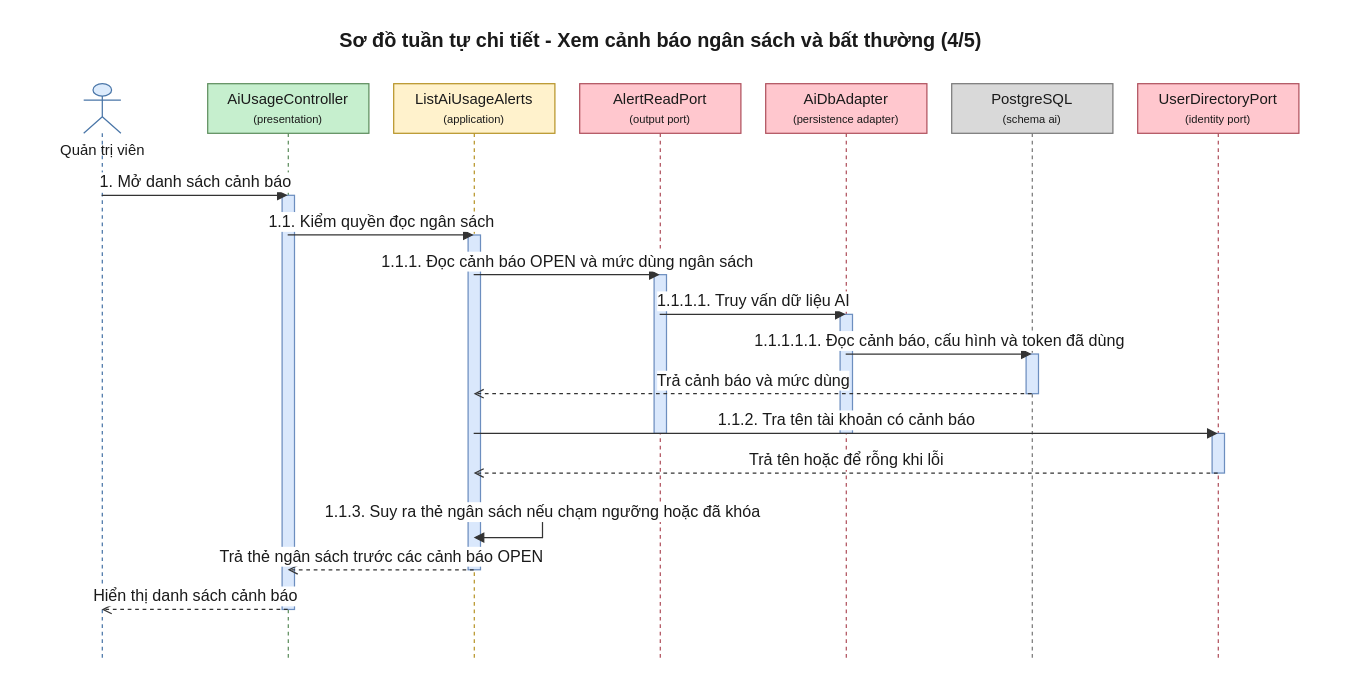
This is 08-diagram/sequence/admin/sequence_admin_dat_ngan_sach_token_p2b.drawio from daiphu1801/PRJ_ALGOPREP, a draw.io file, before an edit. Source tidied: cells renumbered, new cells numbered last; positions are measured from the earlier drawing's top-left corner, leaving out a move shared by most shapes. Both pictures are drawn from the tidied source at 124%, with x=0, y=0 at pixel (21, 21).
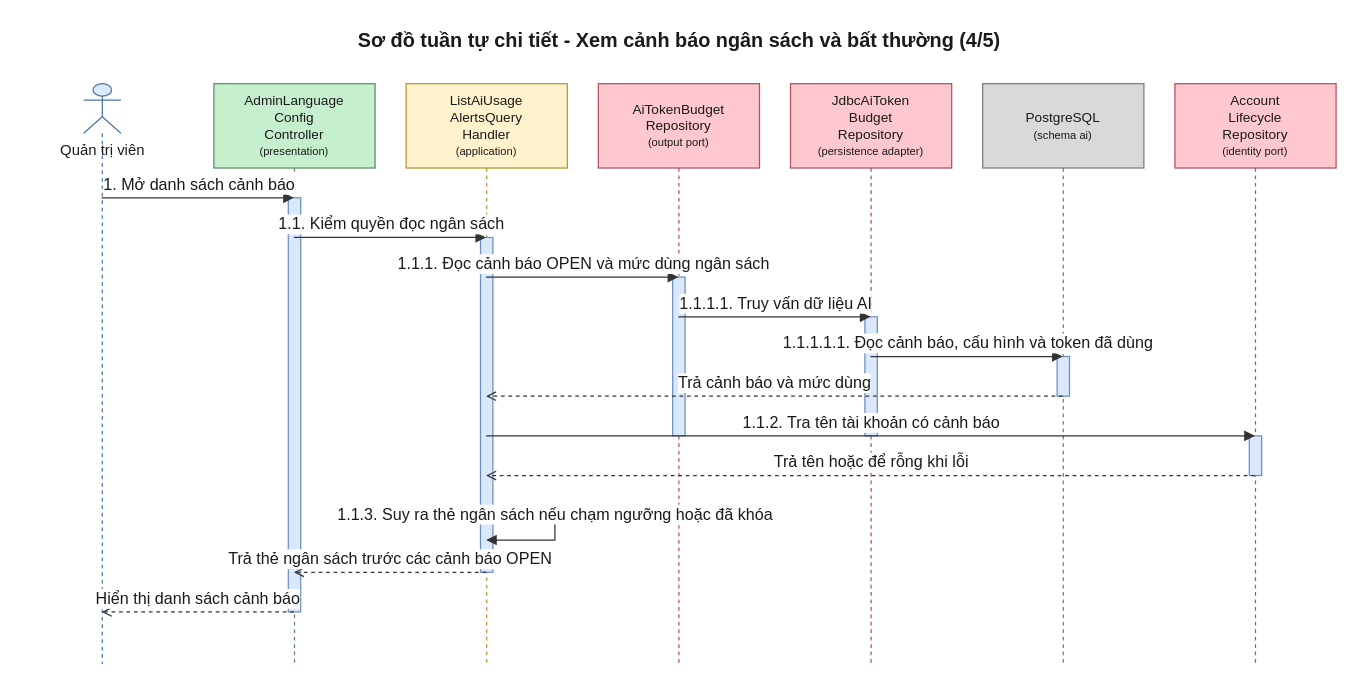
The same diagram, later.

Diff of the diagram source:
```diff
@@
     <mxCell id="2" value="Sơ đồ tuần tự chi tiết - Xem cảnh báo ngân sách và bất thường (4/5)" style="text;html=1;fontSize=16;fontStyle=1;align=center;verticalAlign=middle;fontColor=#1A1A1A;" parent="1" vertex="1">
-      <mxGeometry width="1030" height="30" as="geometry" />
+      <mxGeometry width="1060" height="30" as="geometry" />
     </mxCell>
     <mxCell id="3" value="Quản trị viên" style="shape=umlLifeline;participant=umlActor;perimeter=lifelinePerimeter;html=1;outlineConnect=0;size=40;verticalAlign=top;spacingTop=40;fillColor=#DCEBFC;strokeColor=#4A76A8;fontColor=#1A1A1A;" parent="1" vertex="1">
-      <mxGeometry x="50" y="50" width="30" height="466" as="geometry" />
+      <mxGeometry x="50" y="50" width="30" height="468" as="geometry" />
     </mxCell>
-    <mxCell id="4" value="AiUsageController&lt;br&gt;&lt;font style=&quot;font-size:9px&quot;&gt;(presentation)&lt;/font&gt;" style="shape=umlLifeline;perimeter=lifelinePerimeter;whiteSpace=wrap;html=1;outlineConnect=0;size=40;fillColor=#C6EFCE;strokeColor=#5E8E5E;fontColor=#1A1A1A;" parent="1" vertex="1">
-      <mxGeometry x="150" y="50" width="130" height="466" as="geometry" />
+    <mxCell id="4" value="AdminLanguage&lt;br&gt;Config&lt;br&gt;Controller&lt;br&gt;&lt;font style=&quot;font-size:9px&quot;&gt;(presentation)&lt;/font&gt;" style="shape=umlLifeline;perimeter=lifelinePerimeter;whiteSpace=wrap;html=1;outlineConnect=0;size=68;fontSize=11;fillColor=#C6EFCE;strokeColor=#5E8E5E;fontColor=#1A1A1A;" parent="1" vertex="1">
+      <mxGeometry x="155" y="50" width="130" height="468" as="geometry" />
     </mxCell>
-    <mxCell id="5" value="ListAiUsageAlerts&lt;br&gt;&lt;font style=&quot;font-size:9px&quot;&gt;(application)&lt;/font&gt;" style="shape=umlLifeline;perimeter=lifelinePerimeter;whiteSpace=wrap;html=1;outlineConnect=0;size=40;fillColor=#FFF2CC;strokeColor=#B8952A;fontColor=#1A1A1A;" parent="1" vertex="1">
-      <mxGeometry x="300" y="50" width="130" height="466" as="geometry" />
+    <mxCell id="5" value="ListAiUsage&lt;br&gt;AlertsQuery&lt;br&gt;Handler&lt;br&gt;&lt;font style=&quot;font-size:9px&quot;&gt;(application)&lt;/font&gt;" style="shape=umlLifeline;perimeter=lifelinePerimeter;whiteSpace=wrap;html=1;outlineConnect=0;size=68;fontSize=11;fillColor=#FFF2CC;strokeColor=#B8952A;fontColor=#1A1A1A;" parent="1" vertex="1">
+      <mxGeometry x="310" y="50" width="130" height="468" as="geometry" />
     </mxCell>
-    <mxCell id="6" value="AlertReadPort&lt;br&gt;&lt;font style=&quot;font-size:9px&quot;&gt;(output port)&lt;/font&gt;" style="shape=umlLifeline;perimeter=lifelinePerimeter;whiteSpace=wrap;html=1;outlineConnect=0;size=40;fillColor=#FFC7CE;strokeColor=#B0525E;fontColor=#1A1A1A;" parent="1" vertex="1">
-      <mxGeometry x="450" y="50" width="130" height="466" as="geometry" />
+    <mxCell id="6" value="AiTokenBudget&lt;br&gt;Repository&lt;br&gt;&lt;font style=&quot;font-size:9px&quot;&gt;(output port)&lt;/font&gt;" style="shape=umlLifeline;perimeter=lifelinePerimeter;whiteSpace=wrap;html=1;outlineConnect=0;size=68;fontSize=11;fillColor=#FFC7CE;strokeColor=#B0525E;fontColor=#1A1A1A;" parent="1" vertex="1">
+      <mxGeometry x="465" y="50" width="130" height="468" as="geometry" />
     </mxCell>
-    <mxCell id="7" value="AiDbAdapter&lt;br&gt;&lt;font style=&quot;font-size:9px&quot;&gt;(persistence adapter)&lt;/font&gt;" style="shape=umlLifeline;perimeter=lifelinePerimeter;whiteSpace=wrap;html=1;outlineConnect=0;size=40;fillColor=#FFC7CE;strokeColor=#B0525E;fontColor=#1A1A1A;" parent="1" vertex="1">
-      <mxGeometry x="600" y="50" width="130" height="466" as="geometry" />
+    <mxCell id="7" value="JdbcAiToken&lt;br&gt;Budget&lt;br&gt;Repository&lt;br&gt;&lt;font style=&quot;font-size:9px&quot;&gt;(persistence adapter)&lt;/font&gt;" style="shape=umlLifeline;perimeter=lifelinePerimeter;whiteSpace=wrap;html=1;outlineConnect=0;size=68;fontSize=11;fillColor=#FFC7CE;strokeColor=#B0525E;fontColor=#1A1A1A;" parent="1" vertex="1">
+      <mxGeometry x="620" y="50" width="130" height="468" as="geometry" />
     </mxCell>
-    <mxCell id="8" value="PostgreSQL&lt;br&gt;&lt;font style=&quot;font-size:9px&quot;&gt;(schema ai)&lt;/font&gt;" style="shape=umlLifeline;perimeter=lifelinePerimeter;whiteSpace=wrap;html=1;outlineConnect=0;size=40;fillColor=#D9D9D9;strokeColor=#7A7A7A;fontColor=#1A1A1A;" parent="1" vertex="1">
-      <mxGeometry x="750" y="50" width="130" height="466" as="geometry" />
+    <mxCell id="8" value="PostgreSQL&lt;br&gt;&lt;font style=&quot;font-size:9px&quot;&gt;(schema ai)&lt;/font&gt;" style="shape=umlLifeline;perimeter=lifelinePerimeter;whiteSpace=wrap;html=1;outlineConnect=0;size=68;fontSize=11;fillColor=#D9D9D9;strokeColor=#7A7A7A;fontColor=#1A1A1A;" parent="1" vertex="1">
+      <mxGeometry x="775" y="50" width="130" height="468" as="geometry" />
     </mxCell>
-    <mxCell id="9" value="UserDirectoryPort&lt;br&gt;&lt;font style=&quot;font-size:9px&quot;&gt;(identity port)&lt;/font&gt;" style="shape=umlLifeline;perimeter=lifelinePerimeter;whiteSpace=wrap;html=1;outlineConnect=0;size=40;fillColor=#FFC7CE;strokeColor=#B0525E;fontColor=#1A1A1A;" parent="1" vertex="1">
-      <mxGeometry x="900" y="50" width="130" height="466" as="geometry" />
+    <mxCell id="9" value="Account&lt;br&gt;Lifecycle&lt;br&gt;Repository&lt;br&gt;&lt;font style=&quot;font-size:9px&quot;&gt;(identity port)&lt;/font&gt;" style="shape=umlLifeline;perimeter=lifelinePerimeter;whiteSpace=wrap;html=1;outlineConnect=0;size=68;fontSize=11;fillColor=#FFC7CE;strokeColor=#B0525E;fontColor=#1A1A1A;" parent="1" vertex="1">
+      <mxGeometry x="930" y="50" width="130" height="468" as="geometry" />
     </mxCell>
     <mxCell id="10" style="html=1;perimeter=orthogonalPerimeter;targetShapes=umlLifeline;fillColor=#DAE8FC;strokeColor=#6C8EBF;" parent="8" vertex="1">
-      <mxGeometry x="60" y="218" width="10" height="32" as="geometry" />
+      <mxGeometry x="60" y="220" width="10" height="32" as="geometry" />
     </mxCell>
     <mxCell id="11" style="html=1;perimeter=orthogonalPerimeter;targetShapes=umlLifeline;fillColor=#DAE8FC;strokeColor=#6C8EBF;" parent="7" vertex="1">
-      <mxGeometry x="60" y="186" width="10" height="96" as="geometry" />
+      <mxGeometry x="60" y="188" width="10" height="96" as="geometry" />
     </mxCell>
     <mxCell id="12" style="html=1;perimeter=orthogonalPerimeter;targetShapes=umlLifeline;fillColor=#DAE8FC;strokeColor=#6C8EBF;" parent="6" vertex="1">
-      <mxGeometry x="60" y="154" width="10" height="128" as="geometry" />
+      <mxGeometry x="60" y="156" width="10" height="128" as="geometry" />
     </mxCell>
     <mxCell id="13" style="html=1;perimeter=orthogonalPerimeter;targetShapes=umlLifeline;fillColor=#DAE8FC;strokeColor=#6C8EBF;" parent="9" vertex="1">
-      <mxGeometry x="60" y="282" width="10" height="32" as="geometry" />
+      <mxGeometry x="60" y="284" width="10" height="32" as="geometry" />
     </mxCell>
     <mxCell id="14" style="html=1;perimeter=orthogonalPerimeter;targetShapes=umlLifeline;fillColor=#DAE8FC;strokeColor=#6C8EBF;" parent="5" vertex="1">
-      <mxGeometry x="60" y="122" width="10" height="270" as="geometry" />
+      <mxGeometry x="60" y="124" width="10" height="270" as="geometry" />
     </mxCell>
     <mxCell id="15" style="html=1;perimeter=orthogonalPerimeter;targetShapes=umlLifeline;fillColor=#DAE8FC;strokeColor=#6C8EBF;" parent="4" vertex="1">
-      <mxGeometry x="60" y="90" width="10" height="334" as="geometry" />
+      <mxGeometry x="60" y="92" width="10" height="334" as="geometry" />
     </mxCell>
-    <mxCell id="16" value="1. Mở danh sách cảnh báo" style="edgeStyle=none;html=1;endArrow=block;endFill=1;strokeColor=#333333;fontColor=#1A1A1A;fontSize=13;verticalAlign=bottom;exitX=0.5;exitY=0.1931;exitDx=0;exitDy=0;entryX=0.5;entryY=0.1931;entryDx=0;entryDy=0;" parent="1" edge="1" source="3" target="4">
+    <mxCell id="16" value="1. Mở danh sách cảnh báo" style="edgeStyle=none;html=1;endArrow=block;endFill=1;strokeColor=#333333;fontColor=#1A1A1A;fontSize=13;verticalAlign=bottom;exitX=0.5;exitY=0.1966;exitDx=0;exitDy=0;entryX=0.5;entryY=0.1966;entryDx=0;entryDy=0;" parent="1" edge="1" source="3" target="4">
       <mxGeometry relative="1" as="geometry" />
     </mxCell>
-    <mxCell id="17" value="1.1. Kiểm quyền đọc ngân sách" style="edgeStyle=none;html=1;endArrow=block;endFill=1;strokeColor=#333333;fontColor=#1A1A1A;fontSize=13;verticalAlign=bottom;exitX=0.5;exitY=0.2618;exitDx=0;exitDy=0;entryX=0.5;entryY=0.2618;entryDx=0;entryDy=0;" parent="1" edge="1" source="4" target="5">
+    <mxCell id="17" value="1.1. Kiểm quyền đọc ngân sách" style="edgeStyle=none;html=1;endArrow=block;endFill=1;strokeColor=#333333;fontColor=#1A1A1A;fontSize=13;verticalAlign=bottom;exitX=0.5;exitY=0.2650;exitDx=0;exitDy=0;entryX=0.5;entryY=0.2650;entryDx=0;entryDy=0;" parent="1" edge="1" source="4" target="5">
       <mxGeometry relative="1" as="geometry" />
     </mxCell>
-    <mxCell id="18" value="1.1.1. Đọc cảnh báo OPEN và mức dùng ngân sách" style="edgeStyle=none;html=1;endArrow=block;endFill=1;strokeColor=#333333;fontColor=#1A1A1A;fontSize=13;verticalAlign=bottom;exitX=0.5;exitY=0.3305;exitDx=0;exitDy=0;entryX=0.5;entryY=0.3305;entryDx=0;entryDy=0;" parent="1" edge="1" source="5" target="6">
+    <mxCell id="18" value="1.1.1. Đọc cảnh báo OPEN và mức dùng ngân sách" style="edgeStyle=none;html=1;endArrow=block;endFill=1;strokeColor=#333333;fontColor=#1A1A1A;fontSize=13;verticalAlign=bottom;exitX=0.5;exitY=0.3333;exitDx=0;exitDy=0;entryX=0.5;entryY=0.3333;entryDx=0;entryDy=0;" parent="1" edge="1" source="5" target="6">
       <mxGeometry relative="1" as="geometry" />
     </mxCell>
-    <mxCell id="19" value="1.1.1.1. Truy vấn dữ liệu AI" style="edgeStyle=none;html=1;endArrow=block;endFill=1;strokeColor=#333333;fontColor=#1A1A1A;fontSize=13;verticalAlign=bottom;exitX=0.5;exitY=0.3991;exitDx=0;exitDy=0;entryX=0.5;entryY=0.3991;entryDx=0;entryDy=0;" parent="1" edge="1" source="6" target="7">
+    <mxCell id="19" value="1.1.1.1. Truy vấn dữ liệu AI" style="edgeStyle=none;html=1;endArrow=block;endFill=1;strokeColor=#333333;fontColor=#1A1A1A;fontSize=13;verticalAlign=bottom;exitX=0.5;exitY=0.4017;exitDx=0;exitDy=0;entryX=0.5;entryY=0.4017;entryDx=0;entryDy=0;" parent="1" edge="1" source="6" target="7">
       <mxGeometry relative="1" as="geometry" />
     </mxCell>
-    <mxCell id="20" value="1.1.1.1.1. Đọc cảnh báo, cấu hình và token đã dùng" style="edgeStyle=none;html=1;endArrow=block;endFill=1;strokeColor=#333333;fontColor=#1A1A1A;fontSize=13;verticalAlign=bottom;exitX=0.5;exitY=0.4678;exitDx=0;exitDy=0;entryX=0.5;entryY=0.4678;entryDx=0;entryDy=0;" parent="1" edge="1" source="7" target="8">
+    <mxCell id="20" value="1.1.1.1.1. Đọc cảnh báo, cấu hình và token đã dùng" style="edgeStyle=none;html=1;endArrow=block;endFill=1;strokeColor=#333333;fontColor=#1A1A1A;fontSize=13;verticalAlign=bottom;exitX=0.5;exitY=0.4701;exitDx=0;exitDy=0;entryX=0.5;entryY=0.4701;entryDx=0;entryDy=0;" parent="1" edge="1" source="7" target="8">
       <mxGeometry relative="1" as="geometry" />
     </mxCell>
-    <mxCell id="21" value="Trả cảnh báo và mức dùng" style="edgeStyle=none;html=1;endArrow=open;endFill=0;dashed=1;strokeColor=#333333;fontColor=#1A1A1A;fontSize=13;verticalAlign=bottom;exitX=0.5;exitY=0.5365;exitDx=0;exitDy=0;entryX=0.5;entryY=0.5365;entryDx=0;entryDy=0;" parent="1" edge="1" source="8" target="5">
+    <mxCell id="21" value="Trả cảnh báo và mức dùng" style="edgeStyle=none;html=1;endArrow=open;endFill=0;dashed=1;strokeColor=#333333;fontColor=#1A1A1A;fontSize=13;verticalAlign=bottom;exitX=0.5;exitY=0.5385;exitDx=0;exitDy=0;entryX=0.5;entryY=0.5385;entryDx=0;entryDy=0;" parent="1" edge="1" source="8" target="5">
       <mxGeometry relative="1" as="geometry" />
     </mxCell>
-    <mxCell id="22" value="1.1.2. Tra tên tài khoản có cảnh báo" style="edgeStyle=none;html=1;endArrow=block;endFill=1;strokeColor=#333333;fontColor=#1A1A1A;fontSize=13;verticalAlign=bottom;exitX=0.5;exitY=0.6052;exitDx=0;exitDy=0;entryX=0.5;entryY=0.6052;entryDx=0;entryDy=0;" parent="1" edge="1" source="5" target="9">
+    <mxCell id="22" value="1.1.2. Tra tên tài khoản có cảnh báo" style="edgeStyle=none;html=1;endArrow=block;endFill=1;strokeColor=#333333;fontColor=#1A1A1A;fontSize=13;verticalAlign=bottom;exitX=0.5;exitY=0.6068;exitDx=0;exitDy=0;entryX=0.5;entryY=0.6068;entryDx=0;entryDy=0;" parent="1" edge="1" source="5" target="9">
       <mxGeometry relative="1" as="geometry" />
     </mxCell>
-    <mxCell id="23" value="Trả tên hoặc để rỗng khi lỗi" style="edgeStyle=none;html=1;endArrow=open;endFill=0;dashed=1;strokeColor=#333333;fontColor=#1A1A1A;fontSize=13;verticalAlign=bottom;exitX=0.5;exitY=0.6738;exitDx=0;exitDy=0;entryX=0.5;entryY=0.6738;entryDx=0;entryDy=0;" parent="1" edge="1" source="9" target="5">
+    <mxCell id="23" value="Trả tên hoặc để rỗng khi lỗi" style="edgeStyle=none;html=1;endArrow=open;endFill=0;dashed=1;strokeColor=#333333;fontColor=#1A1A1A;fontSize=13;verticalAlign=bottom;exitX=0.5;exitY=0.6752;exitDx=0;exitDy=0;entryX=0.5;entryY=0.6752;entryDx=0;entryDy=0;" parent="1" edge="1" source="9" target="5">
       <mxGeometry relative="1" as="geometry" />
     </mxCell>
-    <mxCell id="24" value="1.1.3. Suy ra thẻ ngân sách nếu chạm ngưỡng hoặc đã khóa" style="edgeStyle=orthogonalEdgeStyle;rounded=0;html=1;endArrow=block;endFill=1;strokeColor=#333333;fontColor=#1A1A1A;fontSize=13;verticalAlign=bottom;exitX=0.5;exitY=0.7425;exitDx=0;exitDy=0;entryX=0.5;entryY=0.7854;entryDx=0;entryDy=0;" parent="1" edge="1" source="5" target="5">
+    <mxCell id="24" value="1.1.3. Suy ra thẻ ngân sách nếu chạm ngưỡng hoặc đã khóa" style="edgeStyle=orthogonalEdgeStyle;rounded=0;html=1;endArrow=block;endFill=1;strokeColor=#333333;fontColor=#1A1A1A;fontSize=13;verticalAlign=bottom;exitX=0.5;exitY=0.7436;exitDx=0;exitDy=0;entryX=0.5;entryY=0.7863;entryDx=0;entryDy=0;" parent="1" edge="1" source="5" target="5">
       <mxGeometry relative="1" as="geometry">
         <Array as="points">
-          <mxPoint x="420" y="396" />
-          <mxPoint x="420" y="416" />
+          <mxPoint x="430" y="398" />
+          <mxPoint x="430" y="418" />
         </Array>
       </mxGeometry>
     </mxCell>
-    <mxCell id="25" value="Trả thẻ ngân sách trước các cảnh báo OPEN" style="edgeStyle=none;html=1;endArrow=open;endFill=0;dashed=1;strokeColor=#333333;fontColor=#1A1A1A;fontSize=13;verticalAlign=bottom;exitX=0.5;exitY=0.8412;exitDx=0;exitDy=0;entryX=0.5;entryY=0.8412;entryDx=0;entryDy=0;" parent="1" edge="1" source="5" target="4">
+    <mxCell id="25" value="Trả thẻ ngân sách trước các cảnh báo OPEN" style="edgeStyle=none;html=1;endArrow=open;endFill=0;dashed=1;strokeColor=#333333;fontColor=#1A1A1A;fontSize=13;verticalAlign=bottom;exitX=0.5;exitY=0.8419;exitDx=0;exitDy=0;entryX=0.5;entryY=0.8419;entryDx=0;entryDy=0;" parent="1" edge="1" source="5" target="4">
       <mxGeometry relative="1" as="geometry" />
     </mxCell>
-    <mxCell id="26" value="Hiển thị danh sách cảnh báo" style="edgeStyle=none;html=1;endArrow=open;endFill=0;dashed=1;strokeColor=#333333;fontColor=#1A1A1A;fontSize=13;verticalAlign=bottom;exitX=0.5;exitY=0.9099;exitDx=0;exitDy=0;entryX=0.5;entryY=0.9099;entryDx=0;entryDy=0;" parent="1" edge="1" source="4" target="3">
+    <mxCell id="26" value="Hiển thị danh sách cảnh báo" style="edgeStyle=none;html=1;endArrow=open;endFill=0;dashed=1;strokeColor=#333333;fontColor=#1A1A1A;fontSize=13;verticalAlign=bottom;exitX=0.5;exitY=0.9103;exitDx=0;exitDy=0;entryX=0.5;entryY=0.9103;entryDx=0;entryDy=0;" parent="1" edge="1" source="4" target="3">
       <mxGeometry relative="1" as="geometry" />
     </mxCell>
```
